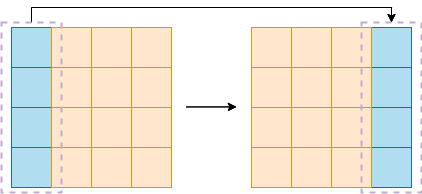
This is thesis/ch3/移位示意图.drawio.png from guxdong/imgrepo, a draw.io export, as it was before one commit. Source tidied: cells renumbered, new cells last; positions are measured from the earlier drawing's top-left corner, leaving out a move shared by most shapes.
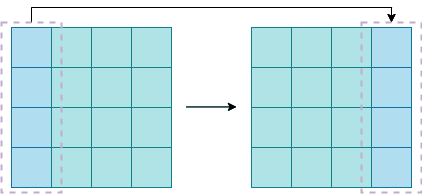
The same file after the commit.

Commit message:
更新移位示意图.drawio.png

What changed in the source:
```diff
@@ -8,10 +8,10 @@
     <mxCell id="3" style="rounded=0;whiteSpace=wrap;html=1;fillColor=#d5e8d4;strokeColor=#82b366;" parent="1" vertex="1">
       <mxGeometry x="50" y="20" width="40" height="40" as="geometry" />
     </mxCell>
-    <mxCell id="4" style="rounded=0;whiteSpace=wrap;html=1;fillColor=#d5e8d4;strokeColor=#82b366;" parent="1" vertex="1">
+    <mxCell id="4" style="rounded=0;whiteSpace=wrap;html=1;fillColor=#b0e3e6;strokeColor=#0e8088;" parent="1" vertex="1">
       <mxGeometry x="90" y="20" width="40" height="40" as="geometry" />
     </mxCell>
-    <mxCell id="5" style="rounded=0;whiteSpace=wrap;html=1;fillColor=#d5e8d4;strokeColor=#82b366;" parent="1" vertex="1">
+    <mxCell id="5" style="rounded=0;whiteSpace=wrap;html=1;fillColor=#b0e3e6;strokeColor=#0e8088;" parent="1" vertex="1">
       <mxGeometry x="130" y="20" width="40" height="40" as="geometry" />
     </mxCell>
     <mxCell id="6" style="rounded=0;whiteSpace=wrap;html=1;fillColor=#dae8fc;strokeColor=#6c8ebf;" parent="1" vertex="1">
@@ -20,10 +20,10 @@
     <mxCell id="7" style="rounded=0;whiteSpace=wrap;html=1;fillColor=#d5e8d4;strokeColor=#82b366;" parent="1" vertex="1">
       <mxGeometry x="50" y="60" width="40" height="40" as="geometry" />
     </mxCell>
-    <mxCell id="8" style="rounded=0;whiteSpace=wrap;html=1;fillColor=#d5e8d4;strokeColor=#82b366;" parent="1" vertex="1">
+    <mxCell id="8" style="rounded=0;whiteSpace=wrap;html=1;fillColor=#b0e3e6;strokeColor=#0e8088;" parent="1" vertex="1">
       <mxGeometry x="90" y="60" width="40" height="40" as="geometry" />
     </mxCell>
-    <mxCell id="9" style="rounded=0;whiteSpace=wrap;html=1;fillColor=#d5e8d4;strokeColor=#82b366;" parent="1" vertex="1">
+    <mxCell id="9" style="rounded=0;whiteSpace=wrap;html=1;fillColor=#b0e3e6;strokeColor=#0e8088;" parent="1" vertex="1">
       <mxGeometry x="130" y="60" width="40" height="40" as="geometry" />
     </mxCell>
     <mxCell id="10" style="rounded=0;whiteSpace=wrap;html=1;fillColor=#dae8fc;strokeColor=#6c8ebf;" parent="1" vertex="1">
@@ -32,10 +32,10 @@
     <mxCell id="11" style="rounded=0;whiteSpace=wrap;html=1;fillColor=#d5e8d4;strokeColor=#82b366;" parent="1" vertex="1">
       <mxGeometry x="50" y="100" width="40" height="40" as="geometry" />
     </mxCell>
-    <mxCell id="12" style="rounded=0;whiteSpace=wrap;html=1;fillColor=#d5e8d4;strokeColor=#82b366;" parent="1" vertex="1">
+    <mxCell id="12" style="rounded=0;whiteSpace=wrap;html=1;fillColor=#b0e3e6;strokeColor=#0e8088;" parent="1" vertex="1">
       <mxGeometry x="90" y="100" width="40" height="40" as="geometry" />
     </mxCell>
-    <mxCell id="13" style="rounded=0;whiteSpace=wrap;html=1;fillColor=#d5e8d4;strokeColor=#82b366;" parent="1" vertex="1">
+    <mxCell id="13" style="rounded=0;whiteSpace=wrap;html=1;fillColor=#b0e3e6;strokeColor=#0e8088;" parent="1" vertex="1">
       <mxGeometry x="130" y="100" width="40" height="40" as="geometry" />
     </mxCell>
     <mxCell id="14" style="rounded=0;whiteSpace=wrap;html=1;fillColor=#dae8fc;strokeColor=#6c8ebf;" parent="1" vertex="1">
@@ -44,61 +44,61 @@
     <mxCell id="15" style="rounded=0;whiteSpace=wrap;html=1;fillColor=#d5e8d4;strokeColor=#82b366;" parent="1" vertex="1">
       <mxGeometry x="50" y="140" width="40" height="40" as="geometry" />
     </mxCell>
-    <mxCell id="16" style="rounded=0;whiteSpace=wrap;html=1;fillColor=#d5e8d4;strokeColor=#82b366;" parent="1" vertex="1">
+    <mxCell id="16" style="rounded=0;whiteSpace=wrap;html=1;fillColor=#b0e3e6;strokeColor=#0e8088;" parent="1" vertex="1">
       <mxGeometry x="90" y="140" width="40" height="40" as="geometry" />
     </mxCell>
-    <mxCell id="17" style="rounded=0;whiteSpace=wrap;html=1;fillColor=#d5e8d4;strokeColor=#82b366;" parent="1" vertex="1">
+    <mxCell id="17" style="rounded=0;whiteSpace=wrap;html=1;fillColor=#b0e3e6;strokeColor=#0e8088;" parent="1" vertex="1">
       <mxGeometry x="130" y="140" width="40" height="40" as="geometry" />
     </mxCell>
-    <mxCell id="18" style="rounded=0;whiteSpace=wrap;html=1;fillColor=#dae8fc;strokeColor=#6c8ebf;" parent="1" vertex="1">
+    <mxCell id="18" style="rounded=0;whiteSpace=wrap;html=1;fillColor=#b1ddf0;strokeColor=#10739e;" parent="1" vertex="1">
       <mxGeometry x="370" y="20" width="40" height="40" as="geometry" />
     </mxCell>
-    <mxCell id="19" style="rounded=0;whiteSpace=wrap;html=1;fillColor=#d5e8d4;strokeColor=#82b366;" parent="1" vertex="1">
+    <mxCell id="19" style="rounded=0;whiteSpace=wrap;html=1;fillColor=#b0e3e6;strokeColor=#0e8088;" parent="1" vertex="1">
       <mxGeometry x="250" y="20" width="40" height="40" as="geometry" />
     </mxCell>
-    <mxCell id="20" style="rounded=0;whiteSpace=wrap;html=1;fillColor=#d5e8d4;strokeColor=#82b366;" parent="1" vertex="1">
+    <mxCell id="20" style="rounded=0;whiteSpace=wrap;html=1;fillColor=#b0e3e6;strokeColor=#0e8088;" parent="1" vertex="1">
       <mxGeometry x="290" y="20" width="40" height="40" as="geometry" />
     </mxCell>
-    <mxCell id="21" style="rounded=0;whiteSpace=wrap;html=1;fillColor=#d5e8d4;strokeColor=#82b366;" parent="1" vertex="1">
+    <mxCell id="21" style="rounded=0;whiteSpace=wrap;html=1;fillColor=#b0e3e6;strokeColor=#0e8088;" parent="1" vertex="1">
       <mxGeometry x="330" y="20" width="40" height="40" as="geometry" />
     </mxCell>
-    <mxCell id="22" style="rounded=0;whiteSpace=wrap;html=1;fillColor=#dae8fc;strokeColor=#6c8ebf;" parent="1" vertex="1">
+    <mxCell id="22" style="rounded=0;whiteSpace=wrap;html=1;fillColor=#b1ddf0;strokeColor=#10739e;" parent="1" vertex="1">
       <mxGeometry x="370" y="60" width="40" height="40" as="geometry" />
     </mxCell>
-    <mxCell id="23" style="rounded=0;whiteSpace=wrap;html=1;fillColor=#d5e8d4;strokeColor=#82b366;" parent="1" vertex="1">
+    <mxCell id="23" style="rounded=0;whiteSpace=wrap;html=1;fillColor=#b0e3e6;strokeColor=#0e8088;" parent="1" vertex="1">
       <mxGeometry x="250" y="60" width="40" height="40" as="geometry" />
     </mxCell>
-    <mxCell id="24" style="rounded=0;whiteSpace=wrap;html=1;fillColor=#d5e8d4;strokeColor=#82b366;" parent="1" vertex="1">
+    <mxCell id="24" style="rounded=0;whiteSpace=wrap;html=1;fillColor=#b0e3e6;strokeColor=#0e8088;" parent="1" vertex="1">
       <mxGeometry x="290" y="60" width="40" height="40" as="geometry" />
     </mxCell>
-    <mxCell id="25" style="rounded=0;whiteSpace=wrap;html=1;fillColor=#d5e8d4;strokeColor=#82b366;" parent="1" vertex="1">
+    <mxCell id="25" style="rounded=0;whiteSpace=wrap;html=1;fillColor=#b0e3e6;strokeColor=#0e8088;" parent="1" vertex="1">
       <mxGeometry x="330" y="60" width="40" height="40" as="geometry" />
     </mxCell>
-    <mxCell id="26" style="rounded=0;whiteSpace=wrap;html=1;fillColor=#dae8fc;strokeColor=#6c8ebf;" parent="1" vertex="1">
+    <mxCell id="26" style="rounded=0;whiteSpace=wrap;html=1;fillColor=#b1ddf0;strokeColor=#10739e;" parent="1" vertex="1">
       <mxGeometry x="370" y="100" width="40" height="40" as="geometry" />
     </mxCell>
-    <mxCell id="27" style="rounded=0;whiteSpace=wrap;html=1;fillColor=#d5e8d4;strokeColor=#82b366;" parent="1" vertex="1">
+    <mxCell id="27" style="rounded=0;whiteSpace=wrap;html=1;fillColor=#b0e3e6;strokeColor=#0e8088;" parent="1" vertex="1">
       <mxGeometry x="250" y="100" width="40" height="40" as="geometry" />
     </mxCell>
-    <mxCell id="28" style="rounded=0;whiteSpace=wrap;html=1;fillColor=#d5e8d4;strokeColor=#82b366;" parent="1" vertex="1">
+    <mxCell id="28" style="rounded=0;whiteSpace=wrap;html=1;fillColor=#b0e3e6;strokeColor=#0e8088;" parent="1" vertex="1">
       <mxGeometry x="290" y="100" width="40" height="40" as="geometry" />
     </mxCell>
-    <mxCell id="29" style="rounded=0;whiteSpace=wrap;html=1;fillColor=#d5e8d4;strokeColor=#82b366;" parent="1" vertex="1">
+    <mxCell id="29" style="rounded=0;whiteSpace=wrap;html=1;fillColor=#b0e3e6;strokeColor=#0e8088;" parent="1" vertex="1">
       <mxGeometry x="330" y="100" width="40" height="40" as="geometry" />
     </mxCell>
-    <mxCell id="30" style="rounded=0;whiteSpace=wrap;html=1;fillColor=#dae8fc;strokeColor=#6c8ebf;" parent="1" vertex="1">
+    <mxCell id="30" style="rounded=0;whiteSpace=wrap;html=1;fillColor=#b1ddf0;strokeColor=#10739e;" parent="1" vertex="1">
       <mxGeometry x="370" y="140" width="40" height="40" as="geometry" />
     </mxCell>
-    <mxCell id="31" style="rounded=0;whiteSpace=wrap;html=1;fillColor=#d5e8d4;strokeColor=#82b366;" parent="1" vertex="1">
+    <mxCell id="31" style="rounded=0;whiteSpace=wrap;html=1;fillColor=#b0e3e6;strokeColor=#0e8088;" parent="1" vertex="1">
       <mxGeometry x="250" y="140" width="40" height="40" as="geometry" />
     </mxCell>
-    <mxCell id="32" style="rounded=0;whiteSpace=wrap;html=1;fillColor=#d5e8d4;strokeColor=#82b366;" parent="1" vertex="1">
+    <mxCell id="32" style="rounded=0;whiteSpace=wrap;html=1;fillColor=#b0e3e6;strokeColor=#0e8088;" parent="1" vertex="1">
       <mxGeometry x="290" y="140" width="40" height="40" as="geometry" />
     </mxCell>
-    <mxCell id="33" style="rounded=0;whiteSpace=wrap;html=1;fillColor=#d5e8d4;strokeColor=#82b366;" parent="1" vertex="1">
+    <mxCell id="33" style="rounded=0;whiteSpace=wrap;html=1;fillColor=#b0e3e6;strokeColor=#0e8088;" parent="1" vertex="1">
       <mxGeometry x="330" y="140" width="40" height="40" as="geometry" />
     </mxCell>
-    <mxCell id="34" style="endArrow=classic;html=1;rounded=0;" parent="1" edge="1">
+    <mxCell id="34" style="endArrow=classic;html=1;rounded=0;fillColor=#b0e3e6;strokeColor=#0e8088;" parent="1" edge="1">
       <mxGeometry relative="1" as="geometry">
         <mxPoint x="185" y="99.4" as="sourcePoint" />
         <mxPoint x="235" y="99.4" as="targetPoint" />
@@ -124,100 +124,100 @@
     <mxCell id="38" style="rounded=0;whiteSpace=wrap;html=1;fillColor=#b1ddf0;strokeColor=#10739e;" parent="1" vertex="1">
       <mxGeometry x="10" y="20" width="40" height="40" as="geometry" />
     </mxCell>
-    <mxCell id="39" style="rounded=0;whiteSpace=wrap;html=1;fillColor=#ffe6cc;strokeColor=#d79b00;" parent="1" vertex="1">
+    <mxCell id="39" style="rounded=0;whiteSpace=wrap;html=1;fillColor=#b0e3e6;strokeColor=#0e8088;" parent="1" vertex="1">
       <mxGeometry x="50" y="20" width="40" height="40" as="geometry" />
     </mxCell>
-    <mxCell id="40" style="rounded=0;whiteSpace=wrap;html=1;fillColor=#ffe6cc;strokeColor=#d79b00;" parent="1" vertex="1">
+    <mxCell id="40" style="rounded=0;whiteSpace=wrap;html=1;fillColor=#b0e3e6;strokeColor=#0e8088;" parent="1" vertex="1">
       <mxGeometry x="90" y="20" width="40" height="40" as="geometry" />
     </mxCell>
-    <mxCell id="41" style="rounded=0;whiteSpace=wrap;html=1;fillColor=#ffe6cc;strokeColor=#d79b00;" parent="1" vertex="1">
+    <mxCell id="41" style="rounded=0;whiteSpace=wrap;html=1;fillColor=#b0e3e6;strokeColor=#0e8088;" parent="1" vertex="1">
       <mxGeometry x="130" y="20" width="40" height="40" as="geometry" />
     </mxCell>
     <mxCell id="42" style="rounded=0;whiteSpace=wrap;html=1;fillColor=#b1ddf0;strokeColor=#10739e;" parent="1" vertex="1">
       <mxGeometry x="10" y="60" width="40" height="40" as="geometry" />
     </mxCell>
-    <mxCell id="43" style="rounded=0;whiteSpace=wrap;html=1;fillColor=#ffe6cc;strokeColor=#d79b00;" parent="1" vertex="1">
+    <mxCell id="43" style="rounded=0;whiteSpace=wrap;html=1;fillColor=#b0e3e6;strokeColor=#0e8088;" parent="1" vertex="1">
       <mxGeometry x="50" y="60" width="40" height="40" as="geometry" />
     </mxCell>
-    <mxCell id="44" style="rounded=0;whiteSpace=wrap;html=1;fillColor=#ffe6cc;strokeColor=#d79b00;" parent="1" vertex="1">
+    <mxCell id="44" style="rounded=0;whiteSpace=wrap;html=1;fillColor=#b0e3e6;strokeColor=#0e8088;" parent="1" vertex="1">
       <mxGeometry x="90" y="60" width="40" height="40" as="geometry" />
     </mxCell>
-    <mxCell id="45" style="rounded=0;whiteSpace=wrap;html=1;fillColor=#ffe6cc;strokeColor=#d79b00;" parent="1" vertex="1">
+    <mxCell id="45" style="rounded=0;whiteSpace=wrap;html=1;fillColor=#b0e3e6;strokeColor=#0e8088;" parent="1" vertex="1">
       <mxGeometry x="130" y="60" width="40" height="40" as="geometry" />
     </mxCell>
     <mxCell id="46" style="rounded=0;whiteSpace=wrap;html=1;fillColor=#b1ddf0;strokeColor=#10739e;" parent="1" vertex="1">
       <mxGeometry x="10" y="100" width="40" height="40" as="geometry" />
     </mxCell>
-    <mxCell id="47" style="rounded=0;whiteSpace=wrap;html=1;fillColor=#ffe6cc;strokeColor=#d79b00;" parent="1" vertex="1">
+    <mxCell id="47" style="rounded=0;whiteSpace=wrap;html=1;fillColor=#b0e3e6;strokeColor=#0e8088;" parent="1" vertex="1">
       <mxGeometry x="50" y="100" width="40" height="40" as="geometry" />
     </mxCell>
-    <mxCell id="48" style="rounded=0;whiteSpace=wrap;html=1;fillColor=#ffe6cc;strokeColor=#d79b00;" parent="1" vertex="1">
+    <mxCell id="48" style="rounded=0;whiteSpace=wrap;html=1;fillColor=#b0e3e6;strokeColor=#0e8088;" parent="1" vertex="1">
       <mxGeometry x="90" y="100" width="40" height="40" as="geometry" />
     </mxCell>
-    <mxCell id="49" style="rounded=0;whiteSpace=wrap;html=1;fillColor=#ffe6cc;strokeColor=#d79b00;" parent="1" vertex="1">
+    <mxCell id="49" style="rounded=0;whiteSpace=wrap;html=1;fillColor=#b0e3e6;strokeColor=#0e8088;" parent="1" vertex="1">
       <mxGeometry x="130" y="100" width="40" height="40" as="geometry" />
     </mxCell>
     <mxCell id="50" style="rounded=0;whiteSpace=wrap;html=1;fillColor=#b1ddf0;strokeColor=#10739e;" parent="1" vertex="1">
       <mxGeometry x="10" y="140" width="40" height="40" as="geometry" />
     </mxCell>
-    <mxCell id="51" style="rounded=0;whiteSpace=wrap;html=1;fillColor=#ffe6cc;strokeColor=#d79b00;" parent="1" vertex="1">
+    <mxCell id="51" style="rounded=0;whiteSpace=wrap;html=1;fillColor=#b0e3e6;strokeColor=#0e8088;" parent="1" vertex="1">
       <mxGeometry x="50" y="140" width="40" height="40" as="geometry" />
     </mxCell>
-    <mxCell id="52" style="rounded=0;whiteSpace=wrap;html=1;fillColor=#ffe6cc;strokeColor=#d79b00;" parent="1" vertex="1">
+    <mxCell id="52" style="rounded=0;whiteSpace=wrap;html=1;fillColor=#b0e3e6;strokeColor=#0e8088;" parent="1" vertex="1">
       <mxGeometry x="90" y="140" width="40" height="40" as="geometry" />
     </mxCell>
-    <mxCell id="53" style="rounded=0;whiteSpace=wrap;html=1;fillColor=#ffe6cc;strokeColor=#d79b00;" parent="1" vertex="1">
+    <mxCell id="53" style="rounded=0;whiteSpace=wrap;html=1;fillColor=#b0e3e6;strokeColor=#0e8088;" parent="1" vertex="1">
       <mxGeometry x="130" y="140" width="40" height="40" as="geometry" />
     </mxCell>
     <mxCell id="54" style="rounded=0;whiteSpace=wrap;html=1;fillColor=#b1ddf0;strokeColor=#10739e;" parent="1" vertex="1">
       <mxGeometry x="370" y="20" width="40" height="40" as="geometry" />
     </mxCell>
-    <mxCell id="55" style="rounded=0;whiteSpace=wrap;html=1;fillColor=#ffe6cc;strokeColor=#d79b00;" parent="1" vertex="1">
+    <mxCell id="55" style="rounded=0;whiteSpace=wrap;html=1;fillColor=#b0e3e6;strokeColor=#0e8088;" parent="1" vertex="1">
       <mxGeometry x="250" y="20" width="40" height="40" as="geometry" />
     </mxCell>
-    <mxCell id="56" style="rounded=0;whiteSpace=wrap;html=1;fillColor=#ffe6cc;strokeColor=#d79b00;" parent="1" vertex="1">
+    <mxCell id="56" style="rounded=0;whiteSpace=wrap;html=1;fillColor=#b0e3e6;strokeColor=#0e8088;" parent="1" vertex="1">
       <mxGeometry x="290" y="20" width="40" height="40" as="geometry" />
     </mxCell>
-    <mxCell id="57" style="rounded=0;whiteSpace=wrap;html=1;fillColor=#ffe6cc;strokeColor=#d79b00;" parent="1" vertex="1">
+    <mxCell id="57" style="rounded=0;whiteSpace=wrap;html=1;fillColor=#b0e3e6;strokeColor=#0e8088;" parent="1" vertex="1">
       <mxGeometry x="330" y="20" width="40" height="40" as="geometry" />
     </mxCell>
     <mxCell id="58" style="rounded=0;whiteSpace=wrap;html=1;fillColor=#b1ddf0;strokeColor=#10739e;" parent="1" vertex="1">
       <mxGeometry x="370" y="60" width="40" height="40" as="geometry" />
     </mxCell>
-    <mxCell id="59" style="rounded=0;whiteSpace=wrap;html=1;fillColor=#ffe6cc;strokeColor=#d79b00;" parent="1" vertex="1">
+    <mxCell id="59" style="rounded=0;whiteSpace=wrap;html=1;fillColor=#b0e3e6;strokeColor=#0e8088;" parent="1" vertex="1">
       <mxGeometry x="250" y="60" width="40" height="40" as="geometry" />
     </mxCell>
-    <mxCell id="60" style="rounded=0;whiteSpace=wrap;html=1;fillColor=#ffe6cc;strokeColor=#d79b00;" parent="1" vertex="1">
+    <mxCell id="60" style="rounded=0;whiteSpace=wrap;html=1;fillColor=#b0e3e6;strokeColor=#0e8088;" parent="1" vertex="1">
       <mxGeometry x="290" y="60" width="40" height="40" as="geometry" />
     </mxCell>
-    <mxCell id="61" style="rounded=0;whiteSpace=wrap;html=1;fillColor=#ffe6cc;strokeColor=#d79b00;" parent="1" vertex="1">
+    <mxCell id="61" style="rounded=0;whiteSpace=wrap;html=1;fillColor=#b0e3e6;strokeColor=#0e8088;" parent="1" vertex="1">
       <mxGeometry x="330" y="60" width="40" height="40" as="geometry" />
     </mxCell>
     <mxCell id="62" style="rounded=0;whiteSpace=wrap;html=1;fillColor=#b1ddf0;strokeColor=#10739e;" parent="1" vertex="1">
       <mxGeometry x="370" y="100" width="40" height="40" as="geometry" />
     </mxCell>
-    <mxCell id="63" style="rounded=0;whiteSpace=wrap;html=1;fillColor=#ffe6cc;strokeColor=#d79b00;" parent="1" vertex="1">
+    <mxCell id="63" style="rounded=0;whiteSpace=wrap;html=1;fillColor=#b0e3e6;strokeColor=#0e8088;" parent="1" vertex="1">
       <mxGeometry x="250" y="100" width="40" height="40" as="geometry" />
     </mxCell>
-    <mxCell id="64" style="rounded=0;whiteSpace=wrap;html=1;fillColor=#ffe6cc;strokeColor=#d79b00;" parent="1" vertex="1">
+    <mxCell id="64" style="rounded=0;whiteSpace=wrap;html=1;fillColor=#b0e3e6;strokeColor=#0e8088;" parent="1" vertex="1">
       <mxGeometry x="290" y="100" width="40" height="40" as="geometry" />
     </mxCell>
-    <mxCell id="65" style="rounded=0;whiteSpace=wrap;html=1;fillColor=#ffe6cc;strokeColor=#d79b00;" parent="1" vertex="1">
+    <mxCell id="65" style="rounded=0;whiteSpace=wrap;html=1;fillColor=#b0e3e6;strokeColor=#0e8088;" parent="1" vertex="1">
       <mxGeometry x="330" y="100" width="40" height="40" as="geometry" />
     </mxCell>
     <mxCell id="66" style="rounded=0;whiteSpace=wrap;html=1;fillColor=#b1ddf0;strokeColor=#10739e;" parent="1" vertex="1">
       <mxGeometry x="370" y="140" width="40" height="40" as="geometry" />
     </mxCell>
-    <mxCell id="67" style="rounded=0;whiteSpace=wrap;html=1;fillColor=#ffe6cc;strokeColor=#d79b00;" parent="1" vertex="1">
+    <mxCell id="67" style="rounded=0;whiteSpace=wrap;html=1;fillColor=#b0e3e6;strokeColor=#0e8088;" parent="1" vertex="1">
       <mxGeometry x="250" y="140" width="40" height="40" as="geometry" />
     </mxCell>
-    <mxCell id="68" style="rounded=0;whiteSpace=wrap;html=1;fillColor=#ffe6cc;strokeColor=#d79b00;" parent="1" vertex="1">
+    <mxCell id="68" style="rounded=0;whiteSpace=wrap;html=1;fillColor=#b0e3e6;strokeColor=#0e8088;" parent="1" vertex="1">
       <mxGeometry x="290" y="140" width="40" height="40" as="geometry" />
     </mxCell>
-    <mxCell id="69" style="rounded=0;whiteSpace=wrap;html=1;fillColor=#ffe6cc;strokeColor=#d79b00;" parent="1" vertex="1">
+    <mxCell id="69" style="rounded=0;whiteSpace=wrap;html=1;fillColor=#b0e3e6;strokeColor=#0e8088;" parent="1" vertex="1">
       <mxGeometry x="330" y="140" width="40" height="40" as="geometry" />
     </mxCell>
-    <mxCell id="70" style="endArrow=classic;html=1;rounded=0;" parent="1" edge="1">
+    <mxCell id="70" style="endArrow=classic;html=1;rounded=0;fillColor=#b0e3e6;strokeColor=#000000;" parent="1" edge="1">
       <mxGeometry relative="1" as="geometry">
         <mxPoint x="185" y="99.4" as="sourcePoint" />
         <mxPoint x="235" y="99.4" as="targetPoint" />
```
